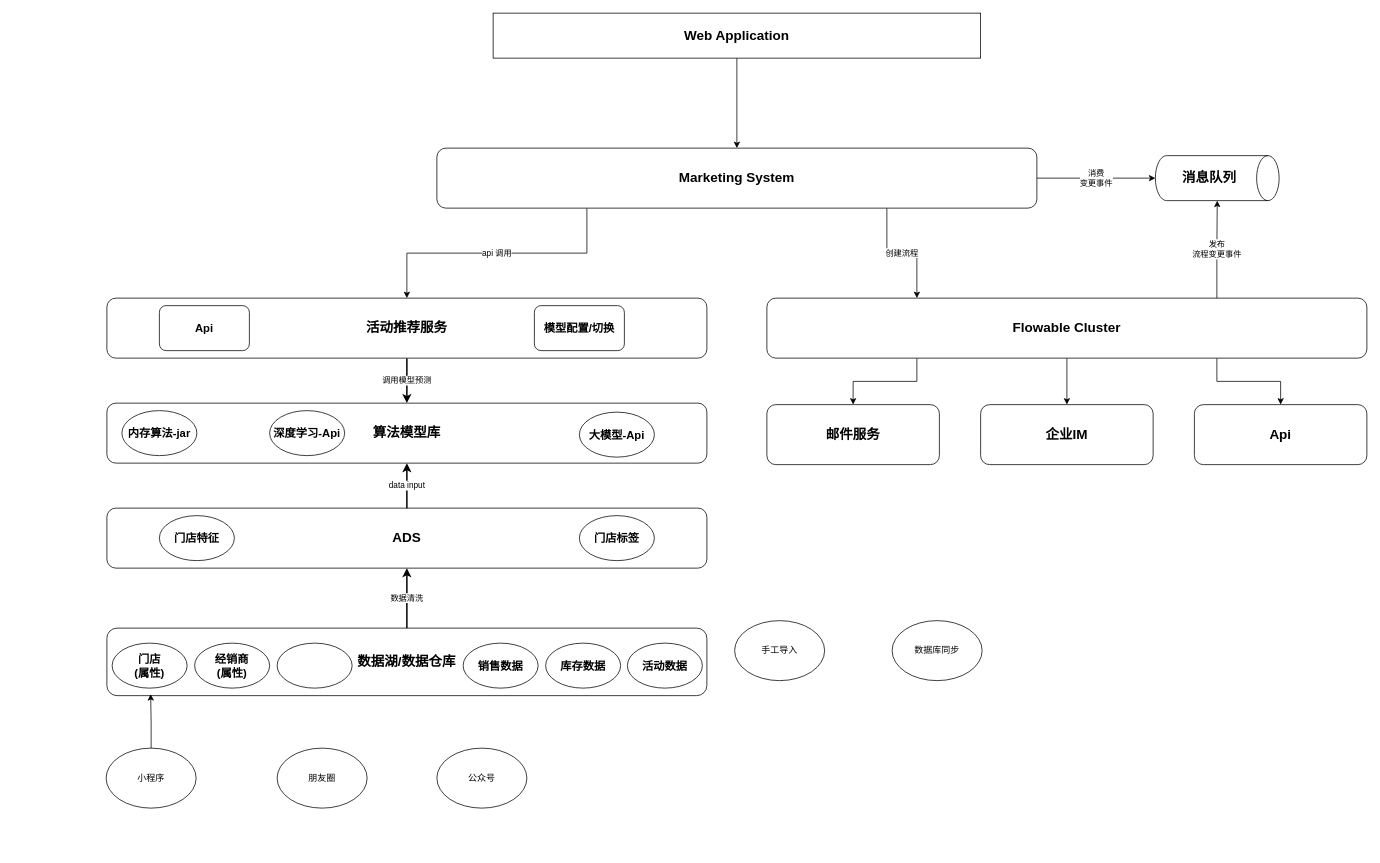
This is page "活动预测" (19 of 19) of Enterprise-Architecture.drawio from jackie-thank/beego-authz, a draw.io file, before an edit. Source tidied: cells renumbered, new cells numbered last; positions are measured from the earlier drawing's top-left corner, leaving out a move shared by most shapes. Both pictures are drawn from the tidied source at 75%, with x=0, y=0 at pixel (106, 13).
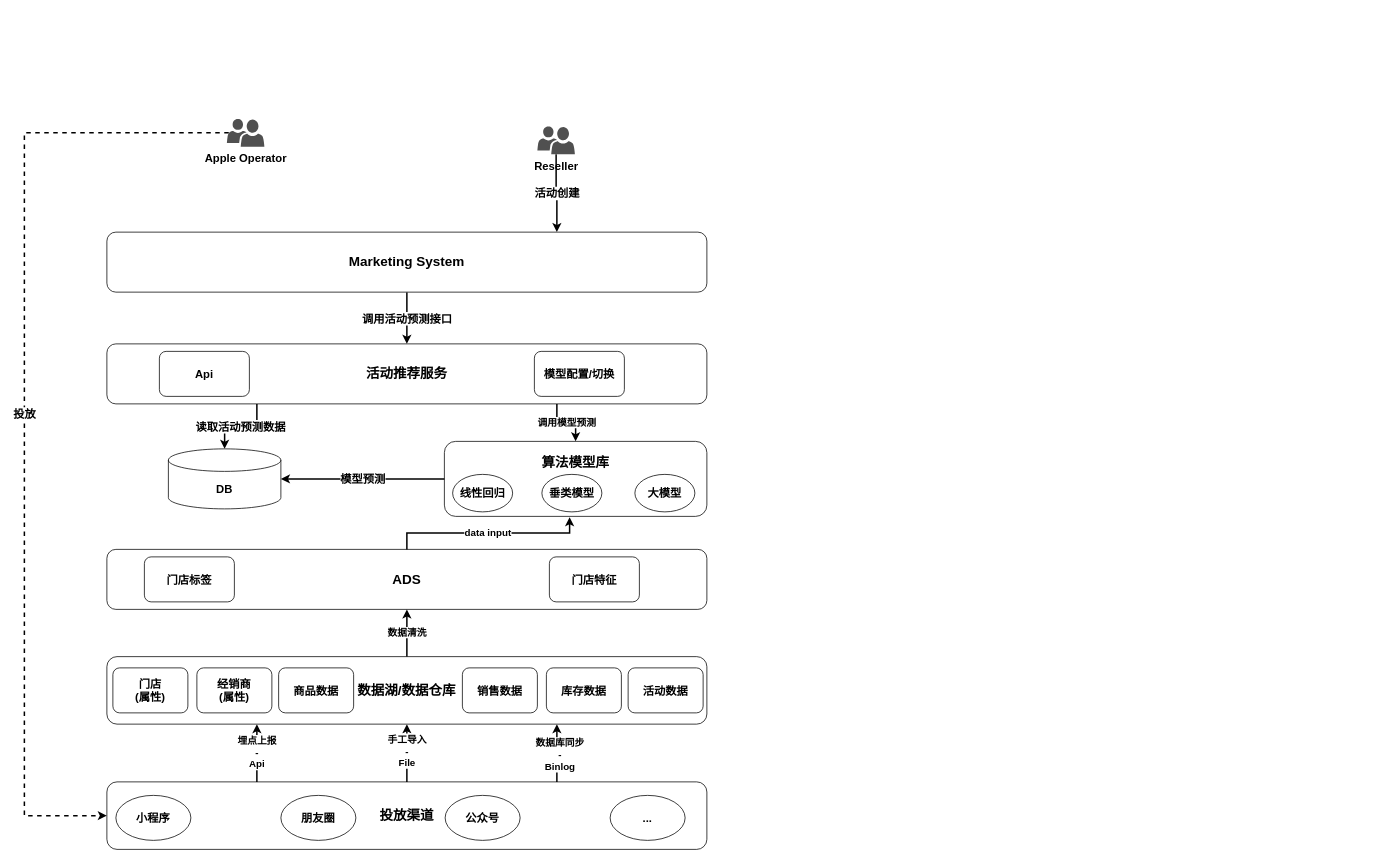
Above is the later version.

The edit, as a diff of the source:
```diff
@@
+    <mxCell id="44" value="&lt;div&gt;埋点上报&lt;/div&gt;&lt;div&gt;-&lt;/div&gt;&lt;div&gt;Api&lt;/div&gt;" style="edgeStyle=orthogonalEdgeStyle;rounded=0;jettySize=auto;html=1;exitX=0.25;exitY=0;exitDx=0;exitDy=0;entryX=0.25;entryY=1;entryDx=0;entryDy=0;fontSize=13;fontStyle=1;strokeWidth=2;" parent="1" edge="1" source="49" target="5">
+      <mxGeometry relative="1" as="geometry" />
+    </mxCell>
+    <mxCell id="45" style="edgeStyle=orthogonalEdgeStyle;rounded=0;jettySize=auto;html=1;exitX=0.5;exitY=0;exitDx=0;exitDy=0;entryX=0.5;entryY=1;entryDx=0;entryDy=0;fontSize=13;fontStyle=1;strokeWidth=2;" parent="1" edge="1" source="49" target="5">
+      <mxGeometry relative="1" as="geometry" />
+    </mxCell>
+    <mxCell id="46" value="&lt;div&gt;手工导入&lt;/div&gt;&lt;div&gt;-&lt;/div&gt;&lt;div&gt;File&lt;/div&gt;" style="edgeLabel;html=1;align=center;verticalAlign=middle;fontSize=13;fontStyle=1;" parent="45" vertex="1">
+      <mxGeometry x="0.09" y="1" relative="1" as="geometry" />
+    </mxCell>
+    <mxCell id="47" style="edgeStyle=orthogonalEdgeStyle;rounded=0;jettySize=auto;html=1;exitX=0.75;exitY=0;exitDx=0;exitDy=0;entryX=0.75;entryY=1;entryDx=0;entryDy=0;fontSize=13;fontStyle=1;strokeWidth=2;" parent="1" edge="1" source="49" target="5">
+      <mxGeometry relative="1" as="geometry" />
+    </mxCell>
+    <mxCell id="48" value="&lt;div&gt;数据库同步&lt;/div&gt;&lt;div&gt;-&lt;/div&gt;&lt;div&gt;Binlog&lt;/div&gt;" style="edgeLabel;html=1;align=center;verticalAlign=middle;fontSize=13;fontStyle=1;" parent="47" vertex="1">
+      <mxGeometry x="-0.05" y="-3" relative="1" as="geometry" />
+    </mxCell>
+    <mxCell id="49" value="投放渠道" style="rounded=1;whiteSpace=wrap;html=1;fontSize=18;fontStyle=1;" parent="1" vertex="1">
+      <mxGeometry x="1" y="1025" width="800" height="90" as="geometry" />
+    </mxCell>
-    <mxCell id="2" value="算法模型库" style="rounded=1;whiteSpace=wrap;html=1;fontSize=18;fontStyle=1;" parent="1" vertex="1">
-      <mxGeometry x="1" y="520" width="800" height="80" as="geometry" />
+    <mxCell id="2" value="&lt;div&gt;算法模型库&lt;/div&gt;&lt;div&gt;&lt;br&gt;&lt;/div&gt;&lt;div&gt;&lt;br&gt;&lt;/div&gt;" style="rounded=1;whiteSpace=wrap;html=1;fontSize=18;fontStyle=1;" parent="1" vertex="1">
+      <mxGeometry x="451" y="571" width="350" height="100" as="geometry" />
     </mxCell>
     <mxCell id="3" value="ADS" style="rounded=1;whiteSpace=wrap;html=1;fontSize=18;fontStyle=1;" parent="1" vertex="1">
-      <mxGeometry x="1" y="660" width="800" height="80" as="geometry" />
+      <mxGeometry x="1" y="715" width="800" height="80" as="geometry" />
     </mxCell>
-    <mxCell id="4" value="数据清洗" style="edgeStyle=orthogonalEdgeStyle;rounded=0;jettySize=auto;html=1;exitX=0.5;exitY=0;exitDx=0;exitDy=0;strokeWidth=2;" parent="1" edge="1" source="5" target="3">
+    <mxCell id="4" value="数据清洗" style="edgeStyle=orthogonalEdgeStyle;rounded=0;jettySize=auto;html=1;exitX=0.5;exitY=0;exitDx=0;exitDy=0;strokeWidth=2;fontSize=13;fontStyle=1;" parent="1" edge="1" source="5" target="3">
       <mxGeometry relative="1" as="geometry" />
     </mxCell>
     <mxCell id="5" value="数据湖/数据仓库" style="rounded=1;whiteSpace=wrap;html=1;fontSize=18;fontStyle=1;" parent="1" vertex="1">
-      <mxGeometry x="1" y="820" width="800" height="90" as="geometry" />
+      <mxGeometry x="1" y="858" width="800" height="90" as="geometry" />
     </mxCell>
-    <mxCell id="6" value="门店特征" style="ellipse;whiteSpace=wrap;html=1;fontSize=15;fontStyle=1;" parent="1" vertex="1">
-      <mxGeometry x="71" y="670" width="100" height="60" as="geometry" />
-    </mxCell>
-    <mxCell id="7" value="大模型-Api" style="ellipse;whiteSpace=wrap;html=1;fontSize=15;fontStyle=1;" parent="1" vertex="1">
-      <mxGeometry x="631" y="532" width="100" height="60" as="geometry" />
+    <mxCell id="7" value="大模型" style="ellipse;whiteSpace=wrap;html=1;fontSize=15;fontStyle=1;flipH=1;" parent="1" vertex="1">
+      <mxGeometry x="705" y="615" width="80" height="50" as="geometry" />
     </mxCell>
-    <mxCell id="8" value="data input" style="edgeStyle=orthogonalEdgeStyle;rounded=0;jettySize=auto;html=1;exitX=0.5;exitY=0;exitDx=0;exitDy=0;entryX=0.5;entryY=1;entryDx=0;entryDy=0;strokeWidth=2;" parent="1" edge="1" source="3" target="2">
-      <mxGeometry relative="1" as="geometry">
-        <Array as="points">
-          <mxPoint x="401" y="630" />
-          <mxPoint x="401" y="630" />
-        </Array>
-      </mxGeometry>
+    <mxCell id="8" value="data input" style="rounded=0;jettySize=auto;html=1;exitX=0.5;exitY=0;exitDx=0;exitDy=0;entryX=0.477;entryY=1.011;entryDx=0;entryDy=0;strokeWidth=2;fontSize=13;fontStyle=1;entryPerimeter=0;edgeStyle=orthogonalEdgeStyle;" parent="1" edge="1" source="3" target="2">
+      <mxGeometry relative="1" as="geometry" />
     </mxCell>
-    <mxCell id="9" value="门店标签" style="ellipse;whiteSpace=wrap;html=1;fontSize=15;fontStyle=1;" parent="1" vertex="1">
-      <mxGeometry x="631" y="670" width="100" height="60" as="geometry" />
-    </mxCell>
-    <mxCell id="10" value="调用模型预测" style="edgeStyle=orthogonalEdgeStyle;rounded=0;jettySize=auto;html=1;entryX=0.5;entryY=0;entryDx=0;entryDy=0;strokeWidth=2;" parent="1" edge="1" source="11" target="2">
+    <mxCell id="10" value="调用模型预测" style="edgeStyle=orthogonalEdgeStyle;rounded=0;jettySize=auto;html=1;entryX=0.5;entryY=0;entryDx=0;entryDy=0;strokeWidth=2;fontSize=13;fontStyle=1;exitX=0.75;exitY=1;exitDx=0;exitDy=0;" parent="1" edge="1" source="11" target="2">
       <mxGeometry relative="1" as="geometry" />
     </mxCell>
     <mxCell id="11" value="活动推荐服务" style="rounded=1;whiteSpace=wrap;html=1;fontSize=18;fontStyle=1;" parent="1" vertex="1">
-      <mxGeometry x="1" y="380" width="800" height="80" as="geometry" />
+      <mxGeometry x="1" y="441" width="800" height="80" as="geometry" />
     </mxCell>
-    <mxCell id="12" value="深度学习-Api" style="ellipse;whiteSpace=wrap;html=1;fontSize=15;fontStyle=1;" parent="1" vertex="1">
-      <mxGeometry x="218" y="530" width="100" height="60" as="geometry" />
+    <mxCell id="12" value="垂类模型" style="ellipse;whiteSpace=wrap;html=1;fontSize=15;fontStyle=1;flipH=1;" parent="1" vertex="1">
+      <mxGeometry x="581" y="615" width="80" height="50" as="geometry" />
     </mxCell>
     <mxCell id="13" value="Api" style="rounded=1;whiteSpace=wrap;html=1;fontSize=15;fontStyle=1;" parent="1" vertex="1">
-      <mxGeometry x="71" y="390" width="120" height="60" as="geometry" />
+      <mxGeometry x="71" y="451" width="120" height="60" as="geometry" />
     </mxCell>
     <mxCell id="14" value="模型配置/切换" style="rounded=1;whiteSpace=wrap;html=1;fontSize=15;fontStyle=1;" parent="1" vertex="1">
-      <mxGeometry x="571" y="390" width="120" height="60" as="geometry" />
+      <mxGeometry x="571" y="451" width="120" height="60" as="geometry" />
     </mxCell>
-    <mxCell id="15" value="小程序" style="ellipse;whiteSpace=wrap;html=1;" parent="1" vertex="1">
-      <mxGeometry y="980" width="120" height="80" as="geometry" />
+    <mxCell id="15" value="小程序" style="ellipse;whiteSpace=wrap;html=1;fontSize=15;fontStyle=1;" parent="1" vertex="1">
+      <mxGeometry x="13" y="1043" width="100" height="60" as="geometry" />
     </mxCell>
-    <mxCell id="16" style="edgeStyle=orthogonalEdgeStyle;rounded=0;jettySize=auto;html=1;exitX=0.5;exitY=0;exitDx=0;exitDy=0;entryX=0.073;entryY=0.978;entryDx=0;entryDy=0;entryPerimeter=0;" parent="1" edge="1" source="15" target="5">
-      <mxGeometry relative="1" as="geometry" />
-    </mxCell>
-    <mxCell id="17" value="朋友圈" style="ellipse;whiteSpace=wrap;html=1;" parent="1" vertex="1">
-      <mxGeometry x="228" y="980" width="120" height="80" as="geometry" />
+    <mxCell id="17" value="朋友圈" style="ellipse;whiteSpace=wrap;html=1;fontSize=15;fontStyle=1;" parent="1" vertex="1">
+      <mxGeometry x="233" y="1043" width="100" height="60" as="geometry" />
     </mxCell>
-    <mxCell id="18" value="手工导入" style="ellipse;whiteSpace=wrap;html=1;" parent="1" vertex="1">
-      <mxGeometry x="838" y="810" width="120" height="80" as="geometry" />
-    </mxCell>
-    <mxCell id="19" value="api 调用" style="edgeStyle=orthogonalEdgeStyle;rounded=0;jettySize=auto;html=1;exitX=0.25;exitY=1;exitDx=0;exitDy=0;" parent="1" edge="1" source="21" target="11">
-      <mxGeometry relative="1" as="geometry" />
-    </mxCell>
-    <mxCell id="20" value="创建流程" style="edgeStyle=orthogonalEdgeStyle;rounded=0;jettySize=auto;html=1;exitX=0.75;exitY=1;exitDx=0;exitDy=0;entryX=0.25;entryY=0;entryDx=0;entryDy=0;" parent="1" edge="1" source="21" target="31">
-      <mxGeometry relative="1" as="geometry" />
-    </mxCell>
-    <mxCell id="21" value="Marketing System" style="rounded=1;whiteSpace=wrap;html=1;fontSize=18;fontStyle=1;" parent="1" vertex="1">
-      <mxGeometry x="441" y="180" width="800" height="80" as="geometry" />
-    </mxCell>
+    <mxCell id="42" value="线性回归" style="ellipse;whiteSpace=wrap;html=1;fontSize=15;fontStyle=1;flipH=1;" parent="1" vertex="1">
+      <mxGeometry x="462" y="615" width="80" height="50" as="geometry" />
+    </mxCell>
+    <mxCell id="43" value="公众号" style="ellipse;whiteSpace=wrap;html=1;fontSize=15;fontStyle=1;" parent="1" vertex="1">
+      <mxGeometry x="452" y="1043" width="100" height="60" as="geometry" />
+    </mxCell>
+    <mxCell id="50" value="..." style="ellipse;whiteSpace=wrap;html=1;fontSize=15;fontStyle=1;" parent="1" vertex="1">
+      <mxGeometry x="672" y="1043" width="100" height="60" as="geometry" />
+    </mxCell>
+    <mxCell id="9" value="门店标签" style="rounded=1;whiteSpace=wrap;html=1;fontSize=15;fontStyle=1;" parent="1" vertex="1">
+      <mxGeometry x="51" y="725" width="120" height="60" as="geometry" />
+    </mxCell>
+    <mxCell id="6" value="门店特征" style="rounded=1;whiteSpace=wrap;html=1;fontSize=15;fontStyle=1;" parent="1" vertex="1">
+      <mxGeometry x="591" y="725" width="120" height="60" as="geometry" />
+    </mxCell>
+    <mxCell id="51" value="DB" style="shape=cylinder3;whiteSpace=wrap;html=1;boundedLbl=1;backgroundOutline=1;size=15;fontSize=15;fontStyle=1;" parent="1" vertex="1">
+      <mxGeometry x="83" y="581" width="150" height="80" as="geometry" />
+    </mxCell>
+    <mxCell id="52" value="读取活动预测数据" style="edgeStyle=orthogonalEdgeStyle;rounded=0;jettySize=auto;html=1;exitX=0.25;exitY=1;exitDx=0;exitDy=0;entryX=0.5;entryY=0;entryDx=0;entryDy=0;entryPerimeter=0;strokeWidth=2;fontSize=15;fontStyle=1;" parent="1" edge="1" source="11" target="51">
+      <mxGeometry relative="1" as="geometry" />
+    </mxCell>
+    <mxCell id="53" value="模型预测" style="edgeStyle=orthogonalEdgeStyle;rounded=0;jettySize=auto;html=1;exitX=0;exitY=0.5;exitDx=0;exitDy=0;entryX=1;entryY=0.5;entryDx=0;entryDy=0;entryPerimeter=0;fontSize=15;fontStyle=1;strokeWidth=2;" parent="1" edge="1" source="2" target="51">
+      <mxGeometry relative="1" as="geometry" />
+    </mxCell>
-    <mxCell id="22" value="&lt;div&gt;门店&lt;/div&gt;&lt;div&gt;(属性)&lt;/div&gt;" style="ellipse;whiteSpace=wrap;html=1;fontSize=15;fontStyle=1;" parent="1" vertex="1">
-      <mxGeometry x="8" y="840" width="100" height="60" as="geometry" />
+    <mxCell id="22" value="&lt;div&gt;门店&lt;/div&gt;&lt;div&gt;(属性)&lt;/div&gt;" style="rounded=1;whiteSpace=wrap;html=1;fontSize=15;fontStyle=1;" parent="1" vertex="1">
+      <mxGeometry x="9" y="873" width="100" height="60" as="geometry" />
     </mxCell>
-    <mxCell id="23" value="&lt;div&gt;经销商&lt;/div&gt;&lt;div&gt;(属性)&lt;/div&gt;" style="ellipse;whiteSpace=wrap;html=1;fontSize=15;fontStyle=1;" parent="1" vertex="1">
-      <mxGeometry x="118" y="840" width="100" height="60" as="geometry" />
+    <mxCell id="23" value="&lt;div&gt;经销商&lt;/div&gt;&lt;div&gt;(属性)&lt;/div&gt;" style="rounded=1;whiteSpace=wrap;html=1;fontSize=15;fontStyle=1;" parent="1" vertex="1">
+      <mxGeometry x="121" y="873" width="100" height="60" as="geometry" />
     </mxCell>
-    <mxCell id="24" value="销售数据" style="ellipse;whiteSpace=wrap;html=1;fontSize=15;fontStyle=1;" parent="1" vertex="1">
-      <mxGeometry x="476" y="840" width="100" height="60" as="geometry" />
+    <mxCell id="24" value="销售数据" style="rounded=1;whiteSpace=wrap;html=1;fontSize=15;fontStyle=1;" parent="1" vertex="1">
+      <mxGeometry x="475" y="873" width="100" height="60" as="geometry" />
     </mxCell>
-    <mxCell id="25" value="库存数据" style="ellipse;whiteSpace=wrap;html=1;fontSize=15;fontStyle=1;" parent="1" vertex="1">
-      <mxGeometry x="586" y="840" width="100" height="60" as="geometry" />
+    <mxCell id="25" value="库存数据" style="rounded=1;whiteSpace=wrap;html=1;fontSize=15;fontStyle=1;" parent="1" vertex="1">
+      <mxGeometry x="587" y="873" width="100" height="60" as="geometry" />
     </mxCell>
-    <mxCell id="26" value="活动数据" style="ellipse;whiteSpace=wrap;html=1;fontSize=15;fontStyle=1;" parent="1" vertex="1">
-      <mxGeometry x="695" y="840" width="100" height="60" as="geometry" />
+    <mxCell id="26" value="活动数据" style="rounded=1;whiteSpace=wrap;html=1;fontSize=15;fontStyle=1;" parent="1" vertex="1">
+      <mxGeometry x="696" y="873" width="100" height="60" as="geometry" />
     </mxCell>
-    <mxCell id="27" value="&lt;div&gt;&lt;br&gt;&lt;/div&gt;" style="ellipse;whiteSpace=wrap;html=1;fontSize=15;fontStyle=1;" parent="1" vertex="1">
-      <mxGeometry x="228" y="840" width="100" height="60" as="geometry" />
-    </mxCell>
-    <mxCell id="28" style="edgeStyle=orthogonalEdgeStyle;rounded=0;jettySize=auto;html=1;exitX=0.25;exitY=1;exitDx=0;exitDy=0;" parent="1" edge="1" source="31" target="38">
-      <mxGeometry relative="1" as="geometry" />
-    </mxCell>
-    <mxCell id="29" style="edgeStyle=orthogonalEdgeStyle;rounded=0;jettySize=auto;html=1;exitX=0.5;exitY=1;exitDx=0;exitDy=0;" parent="1" edge="1" source="31" target="39">
-      <mxGeometry relative="1" as="geometry" />
-    </mxCell>
-    <mxCell id="30" style="edgeStyle=orthogonalEdgeStyle;rounded=0;jettySize=auto;html=1;exitX=0.75;exitY=1;exitDx=0;exitDy=0;" parent="1" edge="1" source="31" target="40">
-      <mxGeometry relative="1" as="geometry" />
-    </mxCell>
-    <mxCell id="31" value="Flowable Cluster" style="rounded=1;whiteSpace=wrap;html=1;fontSize=18;fontStyle=1;" parent="1" vertex="1">
-      <mxGeometry x="881" y="380" width="800" height="80" as="geometry" />
-    </mxCell>
-    <mxCell id="32" style="edgeStyle=orthogonalEdgeStyle;rounded=0;jettySize=auto;html=1;exitX=0.5;exitY=1;exitDx=0;exitDy=0;" parent="1" edge="1" source="33" target="21">
-      <mxGeometry relative="1" as="geometry" />
-    </mxCell>
-    <mxCell id="33" value="Web Application" style="rounded=0;whiteSpace=wrap;html=1;fontSize=18;fontStyle=1;" parent="1" vertex="1">
-      <mxGeometry x="516" width="650" height="60" as="geometry" />
-    </mxCell>
-    <mxCell id="34" style="shape=cylinder3;whiteSpace=wrap;html=1;boundedLbl=1;backgroundOutline=1;size=15;rotation=90;" parent="1" vertex="1">
-      <mxGeometry x="1451.5" y="137.5" width="60" height="165" as="geometry" />
-    </mxCell>
-    <mxCell id="35" value="&lt;div&gt;发布&lt;/div&gt;&lt;div&gt;流程变更事件&lt;/div&gt;" style="edgeStyle=orthogonalEdgeStyle;rounded=0;jettySize=auto;html=1;exitX=0.75;exitY=0;exitDx=0;exitDy=0;entryX=1;entryY=0.5;entryDx=0;entryDy=0;entryPerimeter=0;" parent="1" edge="1" source="31" target="34">
-      <mxGeometry relative="1" as="geometry" />
-    </mxCell>
-    <mxCell id="36" value="&lt;div&gt;消费&lt;/div&gt;&lt;div&gt;变更事件&lt;/div&gt;" style="edgeStyle=orthogonalEdgeStyle;rounded=0;jettySize=auto;html=1;exitX=1;exitY=0.5;exitDx=0;exitDy=0;entryX=0.5;entryY=1;entryDx=0;entryDy=0;entryPerimeter=0;" parent="1" edge="1" source="21" target="34">
-      <mxGeometry relative="1" as="geometry" />
-    </mxCell>
-    <mxCell id="37" value="消息队列" style="text;html=1;align=center;verticalAlign=middle;whiteSpace=wrap;rounded=0;fontSize=18;fontStyle=1;" parent="1" vertex="1">
-      <mxGeometry x="1411" y="205" width="120" height="30" as="geometry" />
-    </mxCell>
-    <mxCell id="38" value="邮件服务" style="rounded=1;whiteSpace=wrap;html=1;fontSize=18;fontStyle=1;" parent="1" vertex="1">
-      <mxGeometry x="881" y="522" width="230" height="80" as="geometry" />
-    </mxCell>
-    <mxCell id="39" value="企业IM" style="rounded=1;whiteSpace=wrap;html=1;fontSize=18;fontStyle=1;" parent="1" vertex="1">
-      <mxGeometry x="1166" y="522" width="230" height="80" as="geometry" />
-    </mxCell>
-    <mxCell id="40" value="Api" style="rounded=1;whiteSpace=wrap;html=1;fontSize=18;fontStyle=1;" parent="1" vertex="1">
-      <mxGeometry x="1451" y="522" width="230" height="80" as="geometry" />
-    </mxCell>
-    <mxCell id="41" value="数据库同步" style="ellipse;whiteSpace=wrap;html=1;" parent="1" vertex="1">
-      <mxGeometry x="1048" y="810" width="120" height="80" as="geometry" />
-    </mxCell>
-    <mxCell id="42" value="内存算法-jar" style="ellipse;whiteSpace=wrap;html=1;fontSize=15;fontStyle=1;" parent="1" vertex="1">
-      <mxGeometry x="21" y="530" width="100" height="60" as="geometry" />
-    </mxCell>
-    <mxCell id="43" value="公众号" style="ellipse;whiteSpace=wrap;html=1;" parent="1" vertex="1">
-      <mxGeometry x="441" y="980" width="120" height="80" as="geometry" />
-    </mxCell>
+    <mxCell id="54" value="商品数据" style="rounded=1;whiteSpace=wrap;html=1;fontSize=15;fontStyle=1;" parent="1" vertex="1">
+      <mxGeometry x="230" y="873" width="100" height="60" as="geometry" />
+    </mxCell>
+    <mxCell id="19" value="调用活动预测接口" style="edgeStyle=orthogonalEdgeStyle;rounded=0;jettySize=auto;html=1;exitX=0.5;exitY=1;exitDx=0;exitDy=0;entryX=0.5;entryY=0;entryDx=0;entryDy=0;fontSize=15;fontStyle=1;strokeWidth=2;" parent="1" edge="1" source="21" target="11">
+      <mxGeometry relative="1" as="geometry" />
+    </mxCell>
+    <mxCell id="21" value="Marketing System" style="rounded=1;whiteSpace=wrap;html=1;fontSize=18;fontStyle=1;" parent="1" vertex="1">
+      <mxGeometry x="1" y="292" width="800" height="80" as="geometry" />
+    </mxCell>
+    <mxCell id="55" value="投放" style="rounded=0;jettySize=auto;html=1;exitX=0.05;exitY=0.5;exitDx=0;exitDy=0;exitPerimeter=0;entryX=0;entryY=0.5;entryDx=0;entryDy=0;strokeWidth=2;fontSize=15;fontStyle=1;dashed=1;edgeStyle=orthogonalEdgeStyle;" parent="1" edge="1" source="58" target="49">
+      <mxGeometry relative="1" as="geometry">
+        <Array as="points">
+          <mxPoint x="-109" y="160" />
+          <mxPoint x="-109" y="1070" />
+        </Array>
+      </mxGeometry>
+    </mxCell>
+    <mxCell id="56" value="活动创建" style="edgeStyle=orthogonalEdgeStyle;rounded=0;jettySize=auto;html=1;entryX=0.75;entryY=0;entryDx=0;entryDy=0;strokeWidth=2;fontSize=15;fontStyle=1;" parent="1" edge="1" source="57" target="21">
+      <mxGeometry relative="1" as="geometry" />
+    </mxCell>
+    <mxCell id="57" value="Reseller" style="sketch=0;shadow=0;dashed=0;html=1;strokeColor=none;labelPosition=center;verticalLabelPosition=bottom;verticalAlign=top;align=center;fillColor=#505050;shape=mxgraph.mscae.intune.user_group;fontSize=15;fontStyle=1;" parent="1" vertex="1">
+      <mxGeometry x="575" y="151" width="50" height="37" as="geometry" />
+    </mxCell>
+    <mxCell id="58" value="Apple Operator" style="sketch=0;shadow=0;dashed=0;html=1;strokeColor=none;labelPosition=center;verticalLabelPosition=bottom;verticalAlign=top;align=center;fillColor=#505050;shape=mxgraph.mscae.intune.user_group;fontSize=15;fontStyle=1;" parent="1" vertex="1">
+      <mxGeometry x="161" y="141" width="50" height="37" as="geometry" />
+    </mxCell>
```
